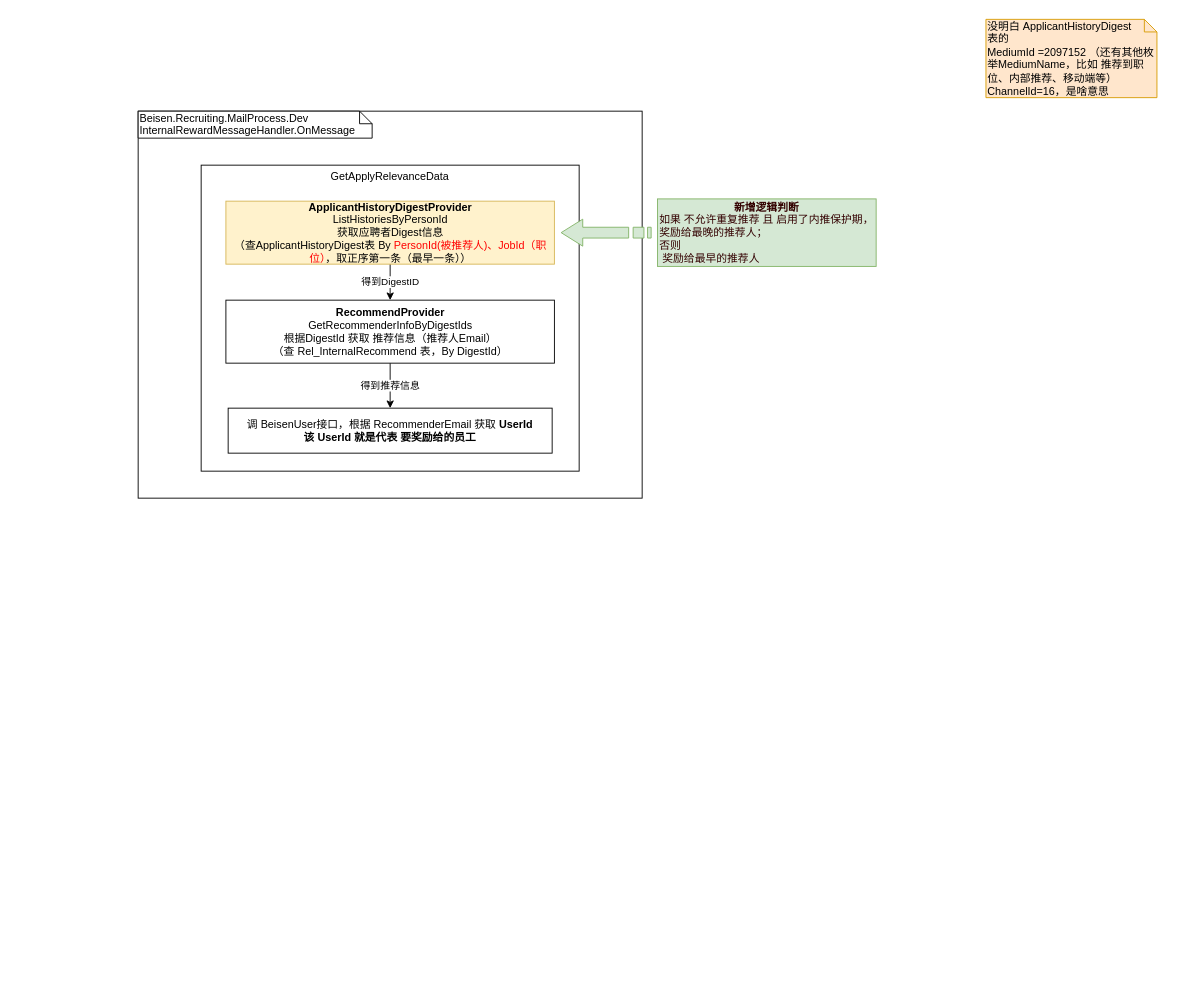
Lucas20029/MyDiagrams keeps this draw.io diagram as 计算推荐人奖励.drawio. Above is the earlier version. Source tidied: cells renumbered, new cells numbered last; positions are measured from the earlier drawing's top-left corner, leaving out a move shared by most shapes. Both pictures are drawn from the tidied source at 90%, with x=0, y=0 at pixel (138, 19).
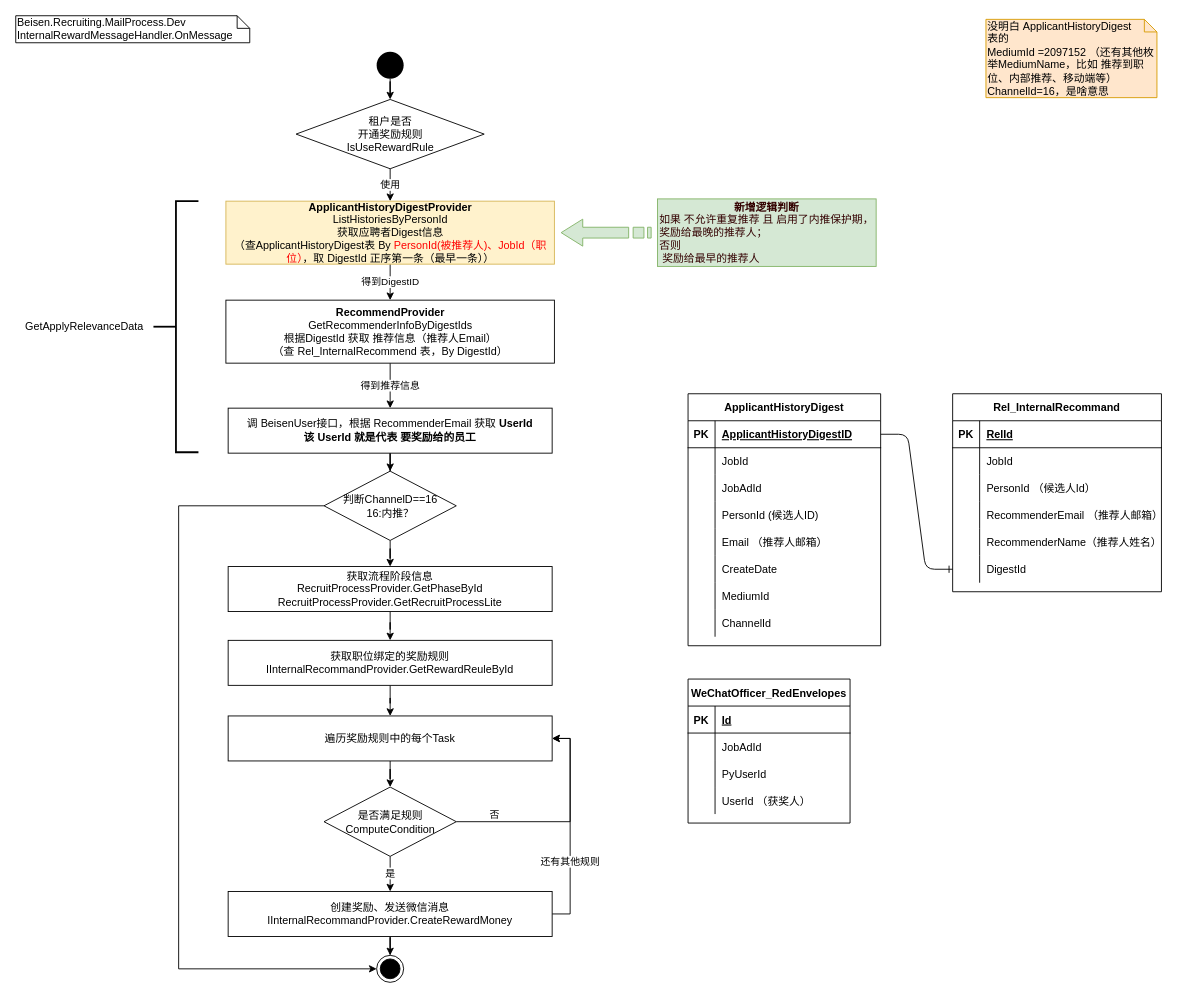
Above is the later version.

Commit message:
update 计算推荐人奖励

Unchanged cells that the change refers to:
```xml
<mxCell id="10" value="调 BeisenUser接口，根据 RecommenderEmail 获取 &lt;b&gt;UserId&lt;/b&gt;&lt;br&gt;&lt;b&gt;该 UserId 就是代表 要奖励给的员工&lt;/b&gt;" style="whiteSpace=wrap;html=1;rounded=0;" parent="1" vertex="1">
  <mxGeometry x="100" y="432" width="360" height="50" as="geometry" />
</mxCell>
```

What changed in the source:
```diff
@@
-    <mxCell id="2" style="rounded=0;whiteSpace=wrap;html=1;" parent="1" vertex="1">
-      <mxGeometry y="102" width="560" height="430" as="geometry" />
-    </mxCell>
-    <mxCell id="3" style="rounded=0;whiteSpace=wrap;html=1;" parent="1" vertex="1">
-      <mxGeometry x="70" y="162" width="420" height="340" as="geometry" />
-    </mxCell>
     <mxCell id="4" value="Beisen.Recruiting.MailProcess.Dev&lt;br&gt;InternalRewardMessageHandler.OnMessage" style="shape=note;whiteSpace=wrap;html=1;size=14;verticalAlign=top;align=left;spacingTop=-6;" parent="1" vertex="1">
-      <mxGeometry y="102" width="260" height="30" as="geometry" />
+      <mxGeometry x="-136" y="-4" width="260" height="30" as="geometry" />
     </mxCell>
@@
-    <mxCell id="6" value="&lt;b&gt;ApplicantHistoryDigestProvider&lt;/b&gt;&lt;br&gt;ListHistoriesByPersonId&lt;br&gt;获取应聘者Digest信息&lt;br&gt;（查ApplicantHistoryDigest表 By &lt;font color=&quot;#ff0000&quot;&gt;PersonId(被推荐人)、JobId（职位）&lt;/font&gt;，取正序第一条（最早一条））" style="rounded=0;whiteSpace=wrap;html=1;fillColor=#fff2cc;strokeColor=#d6b656;" parent="1" vertex="1">
+    <mxCell id="6" value="&lt;b&gt;ApplicantHistoryDigestProvider&lt;/b&gt;&lt;br&gt;ListHistoriesByPersonId&lt;br&gt;获取应聘者Digest信息&lt;br&gt;（查ApplicantHistoryDigest表 By &lt;font color=&quot;#ff0000&quot;&gt;PersonId(被推荐人)、JobId（职位）&lt;/font&gt;，取 DigestId 正序第一条（最早一条））" style="rounded=0;whiteSpace=wrap;html=1;fillColor=#fff2cc;strokeColor=#d6b656;" parent="1" vertex="1">
       <mxGeometry x="97.5" y="202" width="365" height="70" as="geometry" />
     </mxCell>
@@
+    <mxCell id="14" style="edgeStyle=orthogonalEdgeStyle;rounded=0;jettySize=auto;html=1;" parent="1" edge="1" source="10" target="65">
+      <mxGeometry relative="1" as="geometry" />
+    </mxCell>
@@
     <mxCell id="11" value="GetApplyRelevanceData" style="text;html=1;strokeColor=none;fillColor=none;align=center;verticalAlign=middle;whiteSpace=wrap;rounded=0;" parent="1" vertex="1">
-      <mxGeometry x="260" y="165" width="40" height="20" as="geometry" />
+      <mxGeometry x="-136" y="331.5" width="153" height="20" as="geometry" />
     </mxCell>
@@
+    <mxCell id="15" value="ApplicantHistoryDigest" style="shape=table;startSize=30;childLayout=tableLayout;rowLines=0;fontStyle=1;align=center;" parent="1" vertex="1">
+      <mxGeometry x="611" y="416" width="214" height="280" as="geometry" />
+    </mxCell>
+    <mxCell id="16" style="shape=partialRectangle;fillColor=none;top=0;left=0;bottom=1;right=0;points=[[0,0.5],[1,0.5]];portConstraint=eastwest;" parent="15" vertex="1">
+      <mxGeometry y="30" width="214" height="30" as="geometry" />
+    </mxCell>
+    <mxCell id="17" value="PK" style="shape=partialRectangle;fillColor=none;top=0;left=0;bottom=0;right=0;fontStyle=1;overflow=hidden;" parent="16" vertex="1">
+      <mxGeometry width="30" height="30" as="geometry" />
+    </mxCell>
+    <mxCell id="18" value="ApplicantHistoryDigestID" style="shape=partialRectangle;fillColor=none;top=0;left=0;bottom=0;right=0;align=left;spacingLeft=6;fontStyle=5;overflow=hidden;" parent="16" vertex="1">
+      <mxGeometry x="30" width="184" height="30" as="geometry" />
+    </mxCell>
+    <mxCell id="19" style="shape=partialRectangle;fillColor=none;top=0;left=0;bottom=0;right=0;" parent="15" vertex="1">
+      <mxGeometry y="60" width="214" height="30" as="geometry" />
+    </mxCell>
+    <mxCell id="20" style="shape=partialRectangle;fillColor=none;top=0;left=0;bottom=0;right=0;overflow=hidden;" parent="19" vertex="1">
+      <mxGeometry width="30" height="30" as="geometry" />
+    </mxCell>
+    <mxCell id="21" value="JobId" style="shape=partialRectangle;fillColor=none;top=0;left=0;bottom=0;right=0;align=left;spacingLeft=6;overflow=hidden;" parent="19" vertex="1">
+      <mxGeometry x="30" width="184" height="30" as="geometry" />
+    </mxCell>
+    <mxCell id="22" style="shape=partialRectangle;fillColor=none;top=0;left=0;bottom=0;right=0;" parent="15" vertex="1">
+      <mxGeometry y="90" width="214" height="30" as="geometry" />
+    </mxCell>
+    <mxCell id="23" style="shape=partialRectangle;fillColor=none;top=0;left=0;bottom=0;right=0;overflow=hidden;" parent="22" vertex="1">
+      <mxGeometry width="30" height="30" as="geometry" />
+    </mxCell>
+    <mxCell id="24" value="JobAdId" style="shape=partialRectangle;fillColor=none;top=0;left=0;bottom=0;right=0;align=left;spacingLeft=6;overflow=hidden;" parent="22" vertex="1">
+      <mxGeometry x="30" width="184" height="30" as="geometry" />
+    </mxCell>
+    <mxCell id="25" style="shape=partialRectangle;fillColor=none;top=0;left=0;bottom=0;right=0;" parent="15" vertex="1">
+      <mxGeometry y="120" width="214" height="30" as="geometry" />
+    </mxCell>
+    <mxCell id="26" style="shape=partialRectangle;fillColor=none;top=0;left=0;bottom=0;right=0;overflow=hidden;" parent="25" vertex="1">
+      <mxGeometry width="30" height="30" as="geometry" />
+    </mxCell>
+    <mxCell id="27" value="PersonId (候选人ID)" style="shape=partialRectangle;fillColor=none;top=0;left=0;bottom=0;right=0;align=left;spacingLeft=6;overflow=hidden;" parent="25" vertex="1">
+      <mxGeometry x="30" width="184" height="30" as="geometry" />
+    </mxCell>
+    <mxCell id="28" style="shape=partialRectangle;fillColor=none;top=0;left=0;bottom=0;right=0;" parent="15" vertex="1">
+      <mxGeometry y="150" width="214" height="30" as="geometry" />
+    </mxCell>
+    <mxCell id="29" style="shape=partialRectangle;fillColor=none;top=0;left=0;bottom=0;right=0;overflow=hidden;" parent="28" vertex="1">
+      <mxGeometry width="30" height="30" as="geometry" />
+    </mxCell>
+    <mxCell id="30" value="Email （推荐人邮箱）" style="shape=partialRectangle;fillColor=none;top=0;left=0;bottom=0;right=0;align=left;spacingLeft=6;overflow=hidden;" parent="28" vertex="1">
+      <mxGeometry x="30" width="184" height="30" as="geometry" />
+    </mxCell>
+    <mxCell id="31" style="shape=partialRectangle;fillColor=none;top=0;left=0;bottom=0;right=0;" parent="15" vertex="1">
+      <mxGeometry y="180" width="214" height="30" as="geometry" />
+    </mxCell>
+    <mxCell id="32" style="shape=partialRectangle;fillColor=none;top=0;left=0;bottom=0;right=0;overflow=hidden;" parent="31" vertex="1">
+      <mxGeometry width="30" height="30" as="geometry" />
+    </mxCell>
+    <mxCell id="33" value="CreateDate" style="shape=partialRectangle;fillColor=none;top=0;left=0;bottom=0;right=0;align=left;spacingLeft=6;overflow=hidden;" parent="31" vertex="1">
+      <mxGeometry x="30" width="184" height="30" as="geometry" />
+    </mxCell>
+    <mxCell id="34" style="shape=partialRectangle;fillColor=none;top=0;left=0;bottom=0;right=0;" parent="15" vertex="1">
+      <mxGeometry y="210" width="214" height="30" as="geometry" />
+    </mxCell>
+    <mxCell id="35" style="shape=partialRectangle;fillColor=none;top=0;left=0;bottom=0;right=0;overflow=hidden;" parent="34" vertex="1">
+      <mxGeometry width="30" height="30" as="geometry" />
+    </mxCell>
+    <mxCell id="36" value="MediumId" style="shape=partialRectangle;fillColor=none;top=0;left=0;bottom=0;right=0;align=left;spacingLeft=6;overflow=hidden;" parent="34" vertex="1">
+      <mxGeometry x="30" width="184" height="30" as="geometry" />
+    </mxCell>
+    <mxCell id="37" style="shape=partialRectangle;fillColor=none;top=0;left=0;bottom=0;right=0;" parent="15" vertex="1">
+      <mxGeometry y="240" width="214" height="30" as="geometry" />
+    </mxCell>
+    <mxCell id="38" style="shape=partialRectangle;fillColor=none;top=0;left=0;bottom=0;right=0;overflow=hidden;" parent="37" vertex="1">
+      <mxGeometry width="30" height="30" as="geometry" />
+    </mxCell>
+    <mxCell id="39" value="ChannelId" style="shape=partialRectangle;fillColor=none;top=0;left=0;bottom=0;right=0;align=left;spacingLeft=6;overflow=hidden;" parent="37" vertex="1">
+      <mxGeometry x="30" width="184" height="30" as="geometry" />
+    </mxCell>
+    <mxCell id="40" value="Rel_InternalRecommand" style="shape=table;startSize=30;childLayout=tableLayout;rowLines=0;fontStyle=1;align=center;" parent="1" vertex="1">
+      <mxGeometry x="905" y="416" width="232" height="220" as="geometry" />
+    </mxCell>
+    <mxCell id="41" style="shape=partialRectangle;fillColor=none;top=0;left=0;bottom=1;right=0;" parent="40" vertex="1">
+      <mxGeometry y="30" width="232" height="30" as="geometry" />
+    </mxCell>
+    <mxCell id="42" value="PK" style="shape=partialRectangle;fillColor=none;top=0;left=0;bottom=0;right=0;fontStyle=1;overflow=hidden;" parent="41" vertex="1">
+      <mxGeometry width="30" height="30" as="geometry" />
+    </mxCell>
+    <mxCell id="43" value="RelId" style="shape=partialRectangle;fillColor=none;top=0;left=0;bottom=0;right=0;align=left;spacingLeft=6;fontStyle=5;overflow=hidden;" parent="41" vertex="1">
+      <mxGeometry x="30" width="202" height="30" as="geometry" />
+    </mxCell>
+    <mxCell id="44" style="shape=partialRectangle;fillColor=none;top=0;left=0;bottom=0;right=0;" parent="40" vertex="1">
+      <mxGeometry y="60" width="232" height="30" as="geometry" />
+    </mxCell>
+    <mxCell id="45" style="shape=partialRectangle;fillColor=none;top=0;left=0;bottom=0;right=0;overflow=hidden;" parent="44" vertex="1">
+      <mxGeometry width="30" height="30" as="geometry" />
+    </mxCell>
+    <mxCell id="46" value="JobId" style="shape=partialRectangle;fillColor=none;top=0;left=0;bottom=0;right=0;align=left;spacingLeft=6;overflow=hidden;" parent="44" vertex="1">
+      <mxGeometry x="30" width="202" height="30" as="geometry" />
+    </mxCell>
+    <mxCell id="47" style="shape=partialRectangle;fillColor=none;top=0;left=0;bottom=0;right=0;" parent="40" vertex="1">
+      <mxGeometry y="90" width="232" height="30" as="geometry" />
+    </mxCell>
+    <mxCell id="48" style="shape=partialRectangle;fillColor=none;top=0;left=0;bottom=0;right=0;overflow=hidden;" parent="47" vertex="1">
+      <mxGeometry width="30" height="30" as="geometry" />
+    </mxCell>
+    <mxCell id="49" value="PersonId （候选人Id）" style="shape=partialRectangle;fillColor=none;top=0;left=0;bottom=0;right=0;align=left;spacingLeft=6;overflow=hidden;" parent="47" vertex="1">
+      <mxGeometry x="30" width="202" height="30" as="geometry" />
+    </mxCell>
+    <mxCell id="50" style="shape=partialRectangle;fillColor=none;top=0;left=0;bottom=0;right=0;" parent="40" vertex="1">
+      <mxGeometry y="120" width="232" height="30" as="geometry" />
+    </mxCell>
+    <mxCell id="51" style="shape=partialRectangle;fillColor=none;top=0;left=0;bottom=0;right=0;overflow=hidden;" parent="50" vertex="1">
+      <mxGeometry width="30" height="30" as="geometry" />
+    </mxCell>
+    <mxCell id="52" value="RecommenderEmail （推荐人邮箱）" style="shape=partialRectangle;fillColor=none;top=0;left=0;bottom=0;right=0;align=left;spacingLeft=6;overflow=hidden;" parent="50" vertex="1">
+      <mxGeometry x="30" width="202" height="30" as="geometry" />
+    </mxCell>
+    <mxCell id="53" style="shape=partialRectangle;fillColor=none;top=0;left=0;bottom=0;right=0;" parent="40" vertex="1">
+      <mxGeometry y="150" width="232" height="30" as="geometry" />
+    </mxCell>
+    <mxCell id="54" style="shape=partialRectangle;fillColor=none;top=0;left=0;bottom=0;right=0;overflow=hidden;" parent="53" vertex="1">
+      <mxGeometry width="30" height="30" as="geometry" />
+    </mxCell>
+    <mxCell id="55" value="RecommenderName（推荐人姓名）" style="shape=partialRectangle;fillColor=none;top=0;left=0;bottom=0;right=0;align=left;spacingLeft=6;overflow=hidden;" parent="53" vertex="1">
+      <mxGeometry x="30" width="202" height="30" as="geometry" />
+    </mxCell>
+    <mxCell id="56" style="shape=partialRectangle;fillColor=none;top=0;left=0;bottom=0;right=0;points=[[0,0.5],[1,0.5]];portConstraint=eastwest;" parent="40" vertex="1">
+      <mxGeometry y="180" width="232" height="30" as="geometry" />
+    </mxCell>
+    <mxCell id="57" style="shape=partialRectangle;fillColor=none;top=0;left=0;bottom=0;right=0;overflow=hidden;" parent="56" vertex="1">
+      <mxGeometry width="30" height="30" as="geometry" />
+    </mxCell>
+    <mxCell id="58" value="DigestId" style="shape=partialRectangle;fillColor=none;top=0;left=0;bottom=0;right=0;align=left;spacingLeft=6;overflow=hidden;" parent="56" vertex="1">
+      <mxGeometry x="30" width="202" height="30" as="geometry" />
+    </mxCell>
+    <mxCell id="59" style="edgeStyle=entityRelationEdgeStyle;fontSize=12;html=1;endArrow=ERone;endFill=1;entryX=0;entryY=0.5;entryDx=0;entryDy=0;exitX=1;exitY=0.5;exitDx=0;exitDy=0;" parent="1" edge="1" source="16" target="56">
+      <mxGeometry relative="1" as="geometry" />
+    </mxCell>
+    <mxCell id="60" value="使用" style="edgeStyle=orthogonalEdgeStyle;rounded=0;jettySize=auto;html=1;" parent="1" edge="1" source="61" target="6">
+      <mxGeometry relative="1" as="geometry" />
+    </mxCell>
+    <mxCell id="61" value="租户是否&lt;br&gt;开通奖励规则&lt;br&gt;IsUseRewardRule" style="rhombus;whiteSpace=wrap;html=1;" parent="1" vertex="1">
+      <mxGeometry x="175.5" y="89" width="209" height="77" as="geometry" />
+    </mxCell>
+    <mxCell id="62" style="strokeWidth=2;html=1;shape=mxgraph.flowchart.annotation_2;align=left;labelPosition=right;" parent="1" vertex="1">
+      <mxGeometry x="17" y="202" width="50" height="279" as="geometry" />
+    </mxCell>
+    <mxCell id="63" style="edgeStyle=orthogonalEdgeStyle;rounded=0;jettySize=auto;html=1;" parent="1" edge="1" source="65" target="67">
+      <mxGeometry relative="1" as="geometry" />
+    </mxCell>
+    <mxCell id="64" style="edgeStyle=orthogonalEdgeStyle;rounded=0;jettySize=auto;html=1;exitX=0;exitY=0.5;exitDx=0;exitDy=0;entryX=0;entryY=0.5;entryDx=0;entryDy=0;" parent="1" edge="1" source="65" target="82">
+      <mxGeometry relative="1" as="geometry">
+        <Array as="points">
+          <mxPoint x="45" y="541" />
+          <mxPoint x="45" y="1055" />
+        </Array>
+      </mxGeometry>
+    </mxCell>
+    <mxCell id="65" value="判断ChannelD==16&lt;br&gt;16:内推？" style="rhombus;whiteSpace=wrap;html=1;" parent="1" vertex="1">
+      <mxGeometry x="206.5" y="502" width="147" height="77" as="geometry" />
+    </mxCell>
+    <mxCell id="66" style="edgeStyle=orthogonalEdgeStyle;rounded=0;jettySize=auto;html=1;" parent="1" edge="1" source="67" target="69">
+      <mxGeometry relative="1" as="geometry" />
+    </mxCell>
+    <mxCell id="67" value="获取流程阶段信息&lt;br&gt;RecruitProcessProvider.GetPhaseById&lt;br&gt;RecruitProcessProvider.GetRecruitProcessLite" style="whiteSpace=wrap;html=1;rounded=0;" parent="1" vertex="1">
+      <mxGeometry x="100" y="608" width="360" height="50" as="geometry" />
+    </mxCell>
+    <mxCell id="68" style="edgeStyle=orthogonalEdgeStyle;rounded=0;jettySize=auto;html=1;" parent="1" edge="1" source="69" target="71">
+      <mxGeometry relative="1" as="geometry" />
+    </mxCell>
+    <mxCell id="69" value="获取职位绑定的奖励规则&lt;br&gt;IInternalRecommandProvider.GetRewardReuleById" style="whiteSpace=wrap;html=1;rounded=0;" parent="1" vertex="1">
+      <mxGeometry x="100" y="690" width="360" height="50" as="geometry" />
+    </mxCell>
+    <mxCell id="70" style="edgeStyle=orthogonalEdgeStyle;rounded=0;jettySize=auto;html=1;" parent="1" edge="1" source="71" target="75">
+      <mxGeometry relative="1" as="geometry" />
+    </mxCell>
+    <mxCell id="71" value="遍历奖励规则中的每个Task" style="whiteSpace=wrap;html=1;rounded=0;" parent="1" vertex="1">
+      <mxGeometry x="100" y="774" width="360" height="50" as="geometry" />
+    </mxCell>
+    <mxCell id="72" value="是" style="edgeStyle=orthogonalEdgeStyle;rounded=0;jettySize=auto;html=1;" parent="1" edge="1" source="75" target="79">
+      <mxGeometry relative="1" as="geometry" />
+    </mxCell>
+    <mxCell id="73" style="edgeStyle=orthogonalEdgeStyle;rounded=0;jettySize=auto;html=1;exitX=1;exitY=0.5;exitDx=0;exitDy=0;entryX=1;entryY=0.5;entryDx=0;entryDy=0;" parent="1" edge="1" source="75" target="71">
+      <mxGeometry relative="1" as="geometry">
+        <Array as="points">
+          <mxPoint x="480" y="892" />
+          <mxPoint x="480" y="799" />
+        </Array>
+      </mxGeometry>
+    </mxCell>
+    <mxCell id="74" value="否" style="edgeLabel;html=1;align=center;verticalAlign=middle;" parent="73" vertex="1">
+      <mxGeometry x="-0.66" y="-2" relative="1" as="geometry">
+        <mxPoint x="0.5" y="-10.5" as="offset" />
+      </mxGeometry>
+    </mxCell>
+    <mxCell id="75" value="是否满足规则&lt;br&gt;ComputeCondition" style="rhombus;whiteSpace=wrap;html=1;" parent="1" vertex="1">
+      <mxGeometry x="206.5" y="853" width="147" height="77" as="geometry" />
+    </mxCell>
+    <mxCell id="76" style="edgeStyle=orthogonalEdgeStyle;rounded=0;jettySize=auto;html=1;" parent="1" edge="1" source="79" target="82">
+      <mxGeometry relative="1" as="geometry" />
+    </mxCell>
+    <mxCell id="77" style="edgeStyle=orthogonalEdgeStyle;rounded=0;jettySize=auto;html=1;exitX=1;exitY=0.5;exitDx=0;exitDy=0;entryX=1;entryY=0.5;entryDx=0;entryDy=0;" parent="1" edge="1" source="79" target="71">
+      <mxGeometry relative="1" as="geometry" />
+    </mxCell>
+    <mxCell id="78" value="还有其他规则" style="edgeLabel;html=1;align=center;verticalAlign=middle;" parent="77" vertex="1">
+      <mxGeometry x="-0.44" y="3" relative="1" as="geometry">
+        <mxPoint x="2" y="-13" as="offset" />
+      </mxGeometry>
+    </mxCell>
+    <mxCell id="79" value="创建奖励、发送微信消息&lt;br&gt;IInternalRecommandProvider.CreateRewardMoney" style="whiteSpace=wrap;html=1;rounded=0;" parent="1" vertex="1">
+      <mxGeometry x="100" y="969" width="360" height="50" as="geometry" />
+    </mxCell>
+    <mxCell id="80" style="edgeStyle=orthogonalEdgeStyle;rounded=0;jettySize=auto;html=1;" parent="1" edge="1" source="81" target="61">
+      <mxGeometry relative="1" as="geometry" />
+    </mxCell>
+    <mxCell id="81" style="ellipse;fillColor=#000000;strokeColor=none;" parent="1" vertex="1">
+      <mxGeometry x="265" y="36" width="30" height="30" as="geometry" />
+    </mxCell>
+    <mxCell id="82" style="ellipse;html=1;shape=endState;fillColor=#000000;strokeColor=#000000;" parent="1" vertex="1">
+      <mxGeometry x="265" y="1040" width="30" height="30" as="geometry" />
+    </mxCell>
+    <mxCell id="83" value="WeChatOfficer_RedEnvelopes" style="shape=table;startSize=30;childLayout=tableLayout;rowLines=0;fontStyle=1;align=center;" parent="1" vertex="1">
+      <mxGeometry x="611" y="733" width="180" height="160" as="geometry" />
+    </mxCell>
+    <mxCell id="84" style="shape=partialRectangle;fillColor=none;top=0;left=0;bottom=1;right=0;" parent="83" vertex="1">
+      <mxGeometry y="30" width="180" height="30" as="geometry" />
+    </mxCell>
+    <mxCell id="85" value="PK" style="shape=partialRectangle;fillColor=none;top=0;left=0;bottom=0;right=0;fontStyle=1;overflow=hidden;" parent="84" vertex="1">
+      <mxGeometry width="30" height="30" as="geometry" />
+    </mxCell>
+    <mxCell id="86" value="Id" style="shape=partialRectangle;fillColor=none;top=0;left=0;bottom=0;right=0;align=left;spacingLeft=6;fontStyle=5;overflow=hidden;" parent="84" vertex="1">
+      <mxGeometry x="30" width="150" height="30" as="geometry" />
+    </mxCell>
+    <mxCell id="87" style="shape=partialRectangle;fillColor=none;top=0;left=0;bottom=0;right=0;" parent="83" vertex="1">
+      <mxGeometry y="60" width="180" height="30" as="geometry" />
+    </mxCell>
+    <mxCell id="88" style="shape=partialRectangle;fillColor=none;top=0;left=0;bottom=0;right=0;overflow=hidden;" parent="87" vertex="1">
+      <mxGeometry width="30" height="30" as="geometry" />
+    </mxCell>
+    <mxCell id="89" value="JobAdId" style="shape=partialRectangle;fillColor=none;top=0;left=0;bottom=0;right=0;align=left;spacingLeft=6;overflow=hidden;" parent="87" vertex="1">
+      <mxGeometry x="30" width="150" height="30" as="geometry" />
+    </mxCell>
+    <mxCell id="90" style="shape=partialRectangle;fillColor=none;top=0;left=0;bottom=0;right=0;" parent="83" vertex="1">
+      <mxGeometry y="90" width="180" height="30" as="geometry" />
+    </mxCell>
+    <mxCell id="91" style="shape=partialRectangle;fillColor=none;top=0;left=0;bottom=0;right=0;overflow=hidden;" parent="90" vertex="1">
+      <mxGeometry width="30" height="30" as="geometry" />
+    </mxCell>
+    <mxCell id="92" value="PyUserId" style="shape=partialRectangle;fillColor=none;top=0;left=0;bottom=0;right=0;align=left;spacingLeft=6;overflow=hidden;" parent="90" vertex="1">
+      <mxGeometry x="30" width="150" height="30" as="geometry" />
+    </mxCell>
+    <mxCell id="93" style="shape=partialRectangle;fillColor=none;top=0;left=0;bottom=0;right=0;" parent="83" vertex="1">
+      <mxGeometry y="120" width="180" height="30" as="geometry" />
+    </mxCell>
+    <mxCell id="94" style="shape=partialRectangle;fillColor=none;top=0;left=0;bottom=0;right=0;overflow=hidden;" parent="93" vertex="1">
+      <mxGeometry width="30" height="30" as="geometry" />
+    </mxCell>
+    <mxCell id="95" value="UserId （获奖人）" style="shape=partialRectangle;fillColor=none;top=0;left=0;bottom=0;right=0;align=left;spacingLeft=6;overflow=hidden;" parent="93" vertex="1">
+      <mxGeometry x="30" width="150" height="30" as="geometry" />
+    </mxCell>
```
